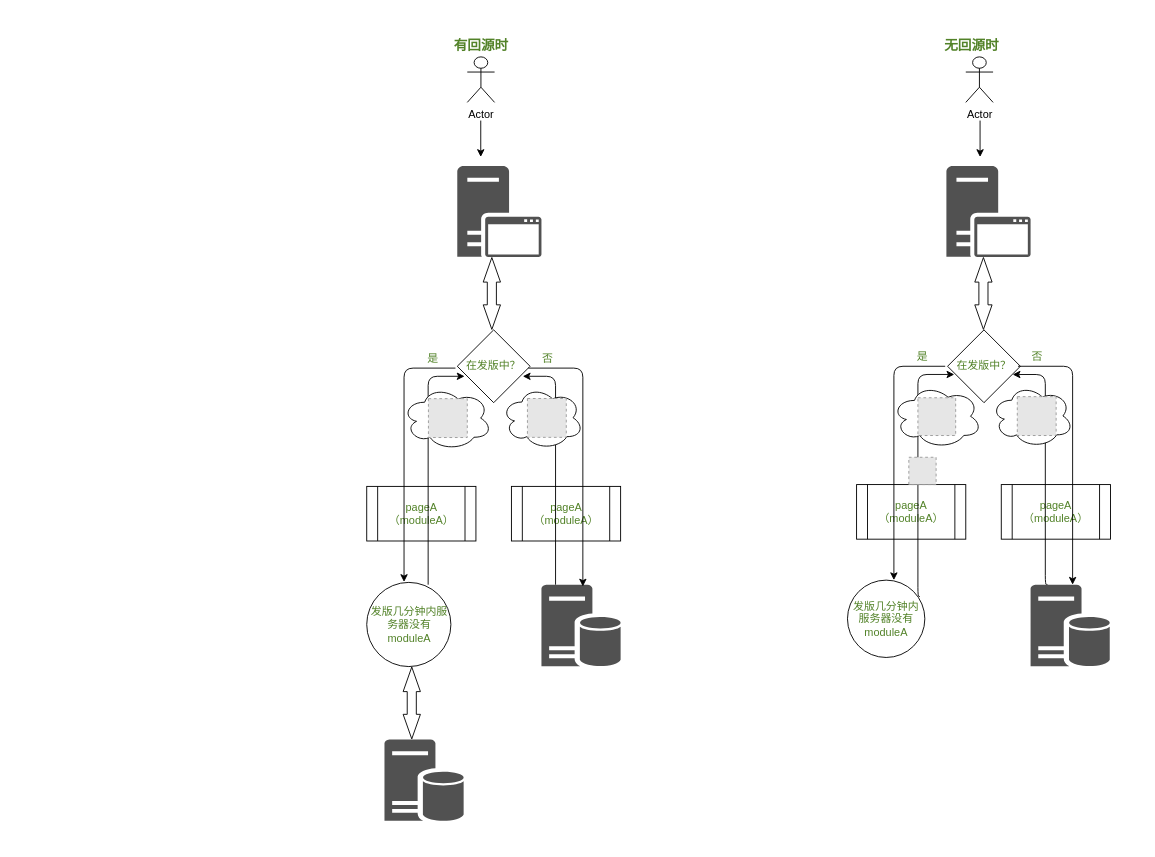
Earlier version of the draw.io diagram Untitled Diagram.drawio (xccjh/-voice-player-project). Source tidied: cells renumbered, new cells numbered last; positions are measured from the earlier drawing's top-left corner, leaving out a move shared by most shapes. Both pictures are drawn from the tidied source at 91%, with x=0, y=0 at pixel (366, 20). Pictures stored in the file or linked from it are replaced by grey dashed boxes.
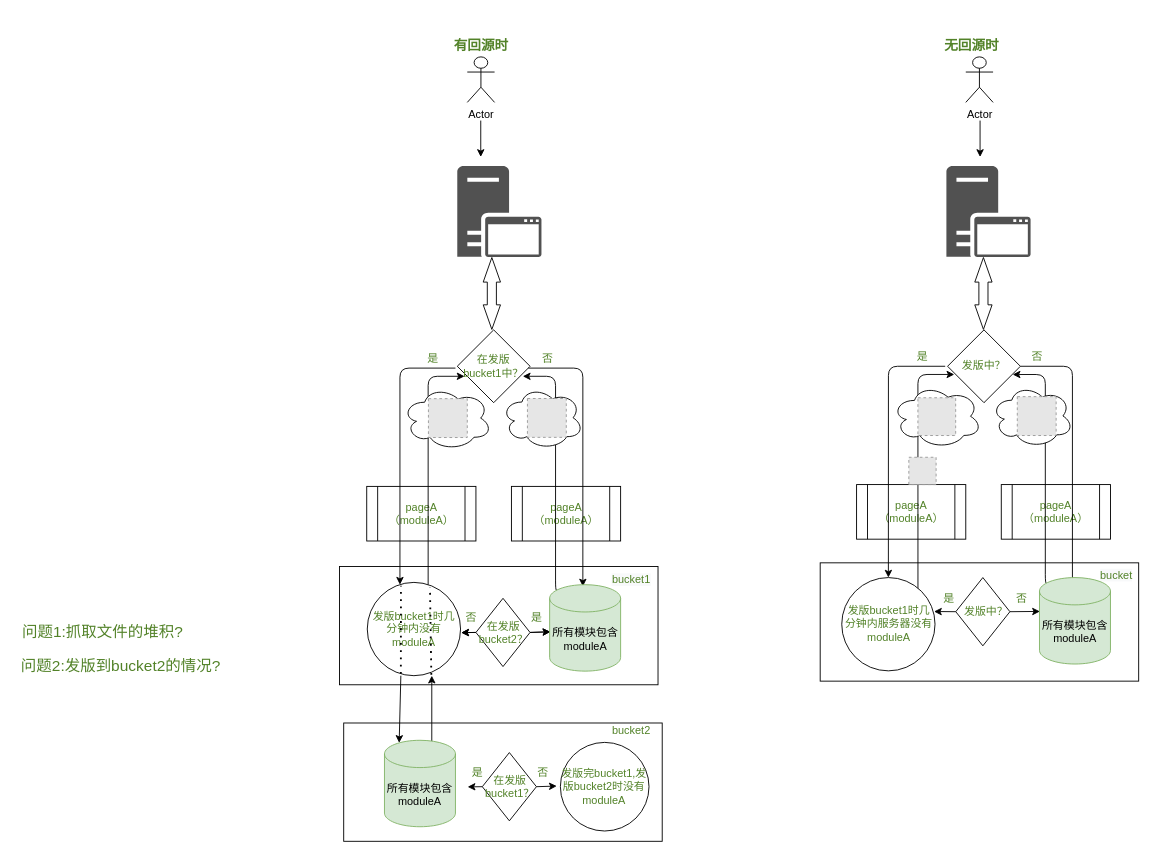
Above is the later version.

The edit, as a diff of the source:
```diff
@@
+    <mxCell id="45" style="rounded=0;whiteSpace=wrap;html=1;fillColor=#FFFFFF;fontColor=#528228;" parent="1" vertex="1">
+      <mxGeometry x="498.8" y="596" width="350" height="130" as="geometry" />
+    </mxCell>
+    <mxCell id="46" style="rounded=0;whiteSpace=wrap;html=1;fillColor=#FFFFFF;fontColor=#528228;" parent="1" vertex="1">
+      <mxGeometry x="-24.8" y="772" width="350" height="130" as="geometry" />
+    </mxCell>
+    <mxCell id="47" style="rounded=0;whiteSpace=wrap;html=1;fillColor=#FFFFFF;fontColor=#528228;" parent="1" vertex="1">
+      <mxGeometry x="-29.4" y="600" width="350" height="130" as="geometry" />
+    </mxCell>
@@
-    <mxCell id="6" style="shadow=0;dashed=0;html=1;strokeColor=none;labelPosition=center;verticalLabelPosition=bottom;verticalAlign=top;align=center;fillColor=#515151;shape=mxgraph.mscae.enterprise.database_server;fontColor=#528228;" parent="1" vertex="1">
-      <mxGeometry x="192.5" y="620" width="87" height="90" as="geometry" />
-    </mxCell>
@@
-    <mxCell id="8" value="发版几分钟内服务器没有moduleA" style="ellipse;whiteSpace=wrap;html=1;fillColor=#FFFFFF;fontColor=#528228;" parent="1" vertex="1">
-      <mxGeometry x="528.8" y="615" width="85" height="85" as="geometry" />
-    </mxCell>
@@
-    <mxCell id="10" value="在发版中？" style="rhombus;whiteSpace=wrap;html=1;fillColor=#FFFFFF;fontColor=#528228;" parent="1" vertex="1">
+    <mxCell id="10" value="发版中？" style="rhombus;whiteSpace=wrap;html=1;fillColor=#FFFFFF;fontColor=#528228;" parent="1" vertex="1">
       <mxGeometry x="638.8" y="340" width="80" height="80" as="geometry" />
     </mxCell>
-    <mxCell id="11" style="edgeStyle=segmentEdgeStyle;endArrow=classic;html=1;fontColor=#528228;" parent="1" edge="1">
+    <mxCell id="11" style="edgeStyle=segmentEdgeStyle;endArrow=classic;html=1;fontColor=#528228;exitX=1;exitY=0.5;exitDx=0;exitDy=0;" parent="1" edge="1" source="10">
       <mxGeometry relative="1" as="geometry">
-        <mxPoint x="716.2" y="380" as="sourcePoint" />
-        <mxPoint x="776.2" y="620" as="targetPoint" />
+        <mxPoint x="776" y="631.2" as="targetPoint" />
         <Array as="points">
-          <mxPoint x="776.2" y="380" />
+          <mxPoint x="776" y="380" />
         </Array>
       </mxGeometry>
     </mxCell>
-    <mxCell id="12" style="edgeStyle=segmentEdgeStyle;endArrow=classic;html=1;fontColor=#528228;entryX=0.321;entryY=0.02;entryDx=0;entryDy=0;entryPerimeter=0;" parent="1" edge="1">
+    <mxCell id="12" style="edgeStyle=segmentEdgeStyle;endArrow=classic;html=1;fontColor=#528228;entryX=0.5;entryY=0;entryDx=0;entryDy=0;" parent="1" edge="1" target="68">
       <mxGeometry relative="1" as="geometry">
         <mxPoint x="636.2" y="380" as="sourcePoint" />
-        <mxPoint x="579.8" y="615" as="targetPoint" />
       </mxGeometry>
     </mxCell>
@@
-    <mxCell id="15" style="edgeStyle=elbowEdgeStyle;elbow=horizontal;endArrow=classic;html=1;fontColor=#528228;exitX=0.935;exitY=0.212;exitDx=0;exitDy=0;exitPerimeter=0;" parent="1" edge="1" source="8">
+    <mxCell id="15" style="edgeStyle=elbowEdgeStyle;elbow=horizontal;endArrow=classic;html=1;fontColor=#528228;exitX=0.817;exitY=0.146;exitDx=0;exitDy=0;exitPerimeter=0;" parent="1" edge="1" source="68">
       <mxGeometry relative="1" as="geometry">
         <mxPoint x="646.2" y="389" as="targetPoint" />
         <Array as="points">
           <mxPoint x="606.2" y="389" />
         </Array>
       </mxGeometry>
     </mxCell>
@@
-    <mxCell id="17" style="edgeStyle=elbowEdgeStyle;elbow=horizontal;endArrow=classic;html=1;fontColor=#528228;exitX=0.229;exitY=0;exitDx=0;exitDy=0;exitPerimeter=0;entryX=0.894;entryY=0.613;entryDx=0;entryDy=0;entryPerimeter=0;" parent="1" edge="1" target="10">
+    <mxCell id="17" style="edgeStyle=elbowEdgeStyle;elbow=horizontal;endArrow=classic;html=1;fontColor=#528228;exitX=0.111;exitY=0.067;exitDx=0;exitDy=0;exitPerimeter=0;entryX=0.894;entryY=0.613;entryDx=0;entryDy=0;entryPerimeter=0;" parent="1" edge="1" source="76" target="10">
       <mxGeometry relative="1" as="geometry">
-        <mxPoint x="748.6" y="620" as="sourcePoint" />
         <Array as="points">
           <mxPoint x="746.2" y="520" />
         </Array>
       </mxGeometry>
     </mxCell>
@@
-    <mxCell id="23" value="在发版中？" style="rhombus;whiteSpace=wrap;html=1;fillColor=#FFFFFF;fontColor=#528228;" parent="1" vertex="1">
+    <mxCell id="23" value="在发版&lt;br&gt;bucket1中？" style="rhombus;whiteSpace=wrap;html=1;fillColor=#FFFFFF;fontColor=#528228;" parent="1" vertex="1">
       <mxGeometry x="100" y="340" width="80" height="80" as="geometry" />
     </mxCell>
-    <mxCell id="24" value="发版几分钟内服务器没有moduleA" style="ellipse;whiteSpace=wrap;html=1;fillColor=#FFFFFF;fontColor=#528228;" parent="1" vertex="1">
-      <mxGeometry x="0.5" y="617.5" width="92.5" height="92.5" as="geometry" />
+    <mxCell id="24" value="发版bucket1时几分钟内没有moduleA" style="ellipse;whiteSpace=wrap;html=1;fillColor=#FFFFFF;fontColor=#528228;" parent="1" vertex="1">
+      <mxGeometry x="1.1" y="617.5" width="102.5" height="102.5" as="geometry" />
     </mxCell>
@@
-    <mxCell id="28" style="edgeStyle=segmentEdgeStyle;endArrow=classic;html=1;fontColor=#528228;entryX=0.321;entryY=0.02;entryDx=0;entryDy=0;entryPerimeter=0;" parent="1" edge="1">
+    <mxCell id="28" style="edgeStyle=segmentEdgeStyle;endArrow=classic;html=1;fontColor=#528228;" parent="1" edge="1">
       <mxGeometry relative="1" as="geometry">
         <mxPoint x="98" y="382" as="sourcePoint" />
-        <mxPoint x="41.5" y="617" as="targetPoint" />
+        <mxPoint x="37" y="620" as="targetPoint" />
       </mxGeometry>
     </mxCell>
@@
-    <mxCell id="32" style="edgeStyle=elbowEdgeStyle;elbow=horizontal;endArrow=classic;html=1;fontColor=#528228;entryX=0.894;entryY=0.613;entryDx=0;entryDy=0;entryPerimeter=0;" parent="1" edge="1">
+    <mxCell id="32" style="edgeStyle=elbowEdgeStyle;elbow=horizontal;endArrow=classic;html=1;fontColor=#528228;entryX=0.894;entryY=0.613;entryDx=0;entryDy=0;entryPerimeter=0;exitX=0.107;exitY=0.062;exitDx=0;exitDy=0;exitPerimeter=0;" parent="1" edge="1" source="74">
       <mxGeometry relative="1" as="geometry">
-        <mxPoint x="208" y="620" as="sourcePoint" />
         <mxPoint x="172" y="391" as="targetPoint" />
         <Array as="points">
           <mxPoint x="208" y="522" />
         </Array>
       </mxGeometry>
     </mxCell>
@@
-    <mxCell id="37" style="shadow=0;dashed=0;html=1;strokeColor=none;labelPosition=center;verticalLabelPosition=bottom;verticalAlign=top;align=center;fillColor=#515151;shape=mxgraph.mscae.enterprise.database_server;fontColor=#528228;" parent="1" vertex="1">
-      <mxGeometry x="730" y="620" width="87" height="90" as="geometry" />
-    </mxCell>
-    <mxCell id="38" style="shadow=0;dashed=0;html=1;strokeColor=none;labelPosition=center;verticalLabelPosition=bottom;verticalAlign=top;align=center;fillColor=#515151;shape=mxgraph.mscae.enterprise.database_server;fontColor=#528228;" parent="1" vertex="1">
-      <mxGeometry x="20" y="790" width="87" height="90" as="geometry" />
-    </mxCell>
@@
-    <mxCell id="44" style="shape=flexArrow;endArrow=classic;startArrow=classic;html=1;fontColor=#528228;entryX=0.5;entryY=1;entryDx=0;entryDy=0;entryPerimeter=0;startWidth=8;startSize=8.67;endWidth=8;endSize=8.67;" parent="1" edge="1">
-      <mxGeometry relative="1" as="geometry">
-        <mxPoint x="50" y="790" as="sourcePoint" />
-        <mxPoint x="50" y="710" as="targetPoint" />
-      </mxGeometry>
-    </mxCell>
+    <mxCell id="48" style="endArrow=classic;html=1;fontColor=#528228;" parent="1" edge="1">
+      <mxGeometry relative="1" as="geometry">
+        <mxPoint x="72" y="820" as="sourcePoint" />
+        <mxPoint x="72" y="720" as="targetPoint" />
+      </mxGeometry>
+    </mxCell>
+    <mxCell id="49" style="endArrow=none;dashed=1;html=1;dashPattern=1 3;strokeWidth=2;fontColor=#528228;exitX=0.751;exitY=1;exitDx=0;exitDy=0;exitPerimeter=0;entryX=0.737;entryY=0.074;entryDx=0;entryDy=0;entryPerimeter=0;" parent="1" edge="1">
+      <mxGeometry relative="1" as="geometry">
+        <mxPoint x="71.6" y="727" as="sourcePoint" />
+        <mxPoint x="70" y="622.8" as="targetPoint" />
+      </mxGeometry>
+    </mxCell>
+    <mxCell id="50" style="endArrow=none;dashed=1;html=1;dashPattern=1 3;strokeWidth=2;fontColor=#528228;entryX=0.737;entryY=0.074;entryDx=0;entryDy=0;entryPerimeter=0;" parent="1" edge="1">
+      <mxGeometry relative="1" as="geometry">
+        <mxPoint x="38" y="718" as="sourcePoint" />
+        <mxPoint x="38.1" y="621.3" as="targetPoint" />
+      </mxGeometry>
+    </mxCell>
+    <mxCell id="51" style="endArrow=classic;html=1;fontColor=#528228;entryX=0.207;entryY=0.03;entryDx=0;entryDy=0;entryPerimeter=0;" parent="1" edge="1" target="75">
+      <mxGeometry relative="1" as="geometry">
+        <mxPoint x="38" y="720" as="sourcePoint" />
+      </mxGeometry>
+    </mxCell>
+    <mxCell id="52" value="发版完bucket1,发版bucket2时没有moduleA" style="ellipse;whiteSpace=wrap;html=1;fillColor=#FFFFFF;fontColor=#528228;" parent="1" vertex="1">
+      <mxGeometry x="213.3" y="793.3" width="97.4" height="97.4" as="geometry" />
+    </mxCell>
+    <mxCell id="53" value="&#10;&#10;&lt;span style=&quot;color: rgb(82, 130, 40); font-family: helvetica; font-size: 12px; font-style: normal; font-weight: 400; letter-spacing: normal; text-align: center; text-indent: 0px; text-transform: none; word-spacing: 0px; background-color: rgb(248, 249, 250); display: inline; float: none;&quot;&gt;bucket1&lt;/span&gt;&#10;&#10;" style="text;html=1;align=center;verticalAlign=middle;fillColor=none;strokeColor=none;rounded=0;fontColor=#528228;" parent="1" vertex="1">
+      <mxGeometry x="260.6" y="585" width="60" height="60" as="geometry" />
+    </mxCell>
+    <mxCell id="54" value="bucket2" style="text;html=1;align=center;verticalAlign=middle;fillColor=none;strokeColor=none;rounded=0;fontColor=#528228;" parent="1" vertex="1">
+      <mxGeometry x="260.6" y="771" width="60" height="20" as="geometry" />
+    </mxCell>
+    <mxCell id="55" value="&lt;br&gt;&lt;br&gt;&lt;span style=&quot;color: rgb(82 , 130 , 40) ; font-family: &amp;#34;helvetica&amp;#34; ; font-size: 12px ; font-style: normal ; font-weight: 400 ; letter-spacing: normal ; text-align: center ; text-indent: 0px ; text-transform: none ; word-spacing: 0px ; background-color: rgb(248 , 249 , 250) ; display: inline ; float: none&quot;&gt;bucket&lt;/span&gt;&lt;br&gt;" style="text;html=1;align=center;verticalAlign=middle;fillColor=none;strokeColor=none;rounded=0;fontColor=#528228;" parent="1" vertex="1">
+      <mxGeometry x="798.8" y="570" width="50" height="50" as="geometry" />
+    </mxCell>
+    <mxCell id="56" value="在发版&lt;br&gt;bucket2？" style="rhombus;whiteSpace=wrap;html=1;fillColor=#FFFFFF;fontColor=#528228;" parent="1" vertex="1">
+      <mxGeometry x="120.5" y="635" width="59.5" height="75" as="geometry" />
+    </mxCell>
+    <mxCell id="57" style="endArrow=classic;html=1;fontColor=#528228;entryX=0.004;entryY=0.575;entryDx=0;entryDy=0;entryPerimeter=0;exitX=1;exitY=0.5;exitDx=0;exitDy=0;" parent="1" edge="1" source="56">
+      <mxGeometry relative="1" as="geometry">
+        <mxPoint x="202.3" y="671.8" as="targetPoint" />
+      </mxGeometry>
+    </mxCell>
+    <mxCell id="58" style="endArrow=classic;html=1;fontColor=#528228;exitX=0;exitY=0.5;exitDx=0;exitDy=0;entryX=1.007;entryY=0.539;entryDx=0;entryDy=0;entryPerimeter=0;" parent="1" edge="1" source="56" target="24">
+      <mxGeometry relative="1" as="geometry" />
+    </mxCell>
+    <mxCell id="59" style="endArrow=classic;html=1;fontColor=#528228;exitX=0;exitY=0.5;exitDx=0;exitDy=0;entryX=1.007;entryY=0.539;entryDx=0;entryDy=0;entryPerimeter=0;" parent="1" edge="1">
+      <mxGeometry relative="1" as="geometry">
+        <mxPoint x="120.5" y="672.5" as="sourcePoint" />
+        <mxPoint x="104.4" y="672.7" as="targetPoint" />
+      </mxGeometry>
+    </mxCell>
+    <mxCell id="60" style="endArrow=classic;html=1;fontColor=#528228;entryX=0.004;entryY=0.575;entryDx=0;entryDy=0;entryPerimeter=0;exitX=1;exitY=0.5;exitDx=0;exitDy=0;" parent="1" edge="1">
+      <mxGeometry relative="1" as="geometry">
+        <mxPoint x="180" y="672.5" as="sourcePoint" />
+        <mxPoint x="202.3" y="671.8" as="targetPoint" />
+      </mxGeometry>
+    </mxCell>
+    <mxCell id="61" value="否" style="text;html=1;align=center;verticalAlign=middle;fillColor=none;strokeColor=none;rounded=0;fontColor=#528228;" parent="1" vertex="1">
+      <mxGeometry x="100" y="646" width="30" height="20" as="geometry" />
+    </mxCell>
+    <mxCell id="62" value="是" style="text;html=1;align=center;verticalAlign=middle;fillColor=none;strokeColor=none;rounded=0;fontColor=#528228;" parent="1" vertex="1">
+      <mxGeometry x="171.5" y="646" width="30" height="20" as="geometry" />
+    </mxCell>
+    <mxCell id="63" value="&amp;nbsp; 发版中？" style="rhombus;whiteSpace=wrap;html=1;fillColor=#FFFFFF;fontColor=#528228;" parent="1" vertex="1">
+      <mxGeometry x="647.8" y="612.2" width="59.5" height="75" as="geometry" />
+    </mxCell>
+    <mxCell id="64" style="endArrow=classic;html=1;fontColor=#528228;exitX=0;exitY=0.5;exitDx=0;exitDy=0;entryX=0.989;entryY=0.364;entryDx=0;entryDy=0;entryPerimeter=0;" parent="1" edge="1" source="63" target="68">
+      <mxGeometry relative="1" as="geometry" />
+    </mxCell>
+    <mxCell id="65" style="endArrow=classic;html=1;fontColor=#528228;entryX=0.003;entryY=0.538;entryDx=0;entryDy=0;entryPerimeter=0;exitX=1;exitY=0.5;exitDx=0;exitDy=0;" parent="1" edge="1" source="63">
+      <mxGeometry relative="1" as="geometry">
+        <mxPoint x="740.3" y="649.4" as="targetPoint" />
+      </mxGeometry>
+    </mxCell>
+    <mxCell id="66" value="否" style="text;html=1;align=center;verticalAlign=middle;fillColor=none;strokeColor=none;rounded=0;fontColor=#528228;" parent="1" vertex="1">
+      <mxGeometry x="705" y="626" width="30" height="20" as="geometry" />
+    </mxCell>
+    <mxCell id="67" value="是" style="text;html=1;align=center;verticalAlign=middle;fillColor=none;strokeColor=none;rounded=0;fontColor=#528228;" parent="1" vertex="1">
+      <mxGeometry x="625" y="626" width="30" height="20" as="geometry" />
+    </mxCell>
+    <mxCell id="68" value="发版bucket1时几分钟内服务器没有moduleA" style="ellipse;whiteSpace=wrap;html=1;fillColor=#FFFFFF;fontColor=#528228;" parent="1" vertex="1">
+      <mxGeometry x="522.5" y="612.2" width="102.5" height="102.5" as="geometry" />
+    </mxCell>
+    <mxCell id="69" value="在发版&lt;br&gt;bucket1？" style="rhombus;whiteSpace=wrap;html=1;fillColor=#FFFFFF;fontColor=#528228;" parent="1" vertex="1">
+      <mxGeometry x="127.5" y="804.5" width="59.5" height="75" as="geometry" />
+    </mxCell>
+    <mxCell id="70" style="endArrow=classic;html=1;fontColor=#528228;exitX=0;exitY=0.5;exitDx=0;exitDy=0;entryX=1.007;entryY=0.539;entryDx=0;entryDy=0;entryPerimeter=0;" parent="1" edge="1">
+      <mxGeometry relative="1" as="geometry">
+        <mxPoint x="127.5" y="842" as="sourcePoint" />
+        <mxPoint x="111.4" y="842.2" as="targetPoint" />
+      </mxGeometry>
+    </mxCell>
+    <mxCell id="71" style="endArrow=classic;html=1;fontColor=#528228;entryX=0.004;entryY=0.575;entryDx=0;entryDy=0;entryPerimeter=0;exitX=1;exitY=0.5;exitDx=0;exitDy=0;" parent="1" edge="1">
+      <mxGeometry relative="1" as="geometry">
+        <mxPoint x="187" y="842" as="sourcePoint" />
+        <mxPoint x="209.3" y="841.3" as="targetPoint" />
+      </mxGeometry>
+    </mxCell>
+    <mxCell id="72" value="否" style="text;html=1;align=center;verticalAlign=middle;fillColor=none;strokeColor=none;rounded=0;fontColor=#528228;" parent="1" vertex="1">
+      <mxGeometry x="179" y="817" width="30" height="20" as="geometry" />
+    </mxCell>
+    <mxCell id="73" value="是" style="text;html=1;align=center;verticalAlign=middle;fillColor=none;strokeColor=none;rounded=0;fontColor=#528228;" parent="1" vertex="1">
+      <mxGeometry x="107" y="817" width="30" height="20" as="geometry" />
+    </mxCell>
+    <mxCell id="74" value="所有模块包含moduleA" style="shape=cylinder3;whiteSpace=wrap;html=1;boundedLbl=1;backgroundOutline=1;size=15;fillColor=#d5e8d4;strokeColor=#82b366;" parent="1" vertex="1">
+      <mxGeometry x="201.5" y="620" width="78" height="95" as="geometry" />
+    </mxCell>
+    <mxCell id="75" value="所有模块包含moduleA" style="shape=cylinder3;whiteSpace=wrap;html=1;boundedLbl=1;backgroundOutline=1;size=15;fillColor=#d5e8d4;strokeColor=#82b366;" parent="1" vertex="1">
+      <mxGeometry x="20" y="791" width="78" height="95" as="geometry" />
+    </mxCell>
+    <mxCell id="76" value="所有模块包含moduleA" style="shape=cylinder3;whiteSpace=wrap;html=1;boundedLbl=1;backgroundOutline=1;size=15;fillColor=#d5e8d4;strokeColor=#82b366;" parent="1" vertex="1">
+      <mxGeometry x="739.8" y="612.2" width="78" height="95" as="geometry" />
+    </mxCell>
+    <mxCell id="77" value="问题1:抓取文件的堆积?" style="text;html=1;align=center;verticalAlign=middle;fillColor=none;strokeColor=none;rounded=0;fontColor=#528228;fontSize=17;" parent="1" vertex="1">
+      <mxGeometry x="-385" y="657.5" width="190" height="30" as="geometry" />
+    </mxCell>
+    <mxCell id="78" value="问题2:发版到bucket2的情况?" style="text;html=1;align=center;verticalAlign=middle;fillColor=none;strokeColor=none;rounded=0;fontColor=#528228;fontSize=17;" parent="1" vertex="1">
+      <mxGeometry x="-385" y="695" width="230" height="30" as="geometry" />
+    </mxCell>
```
